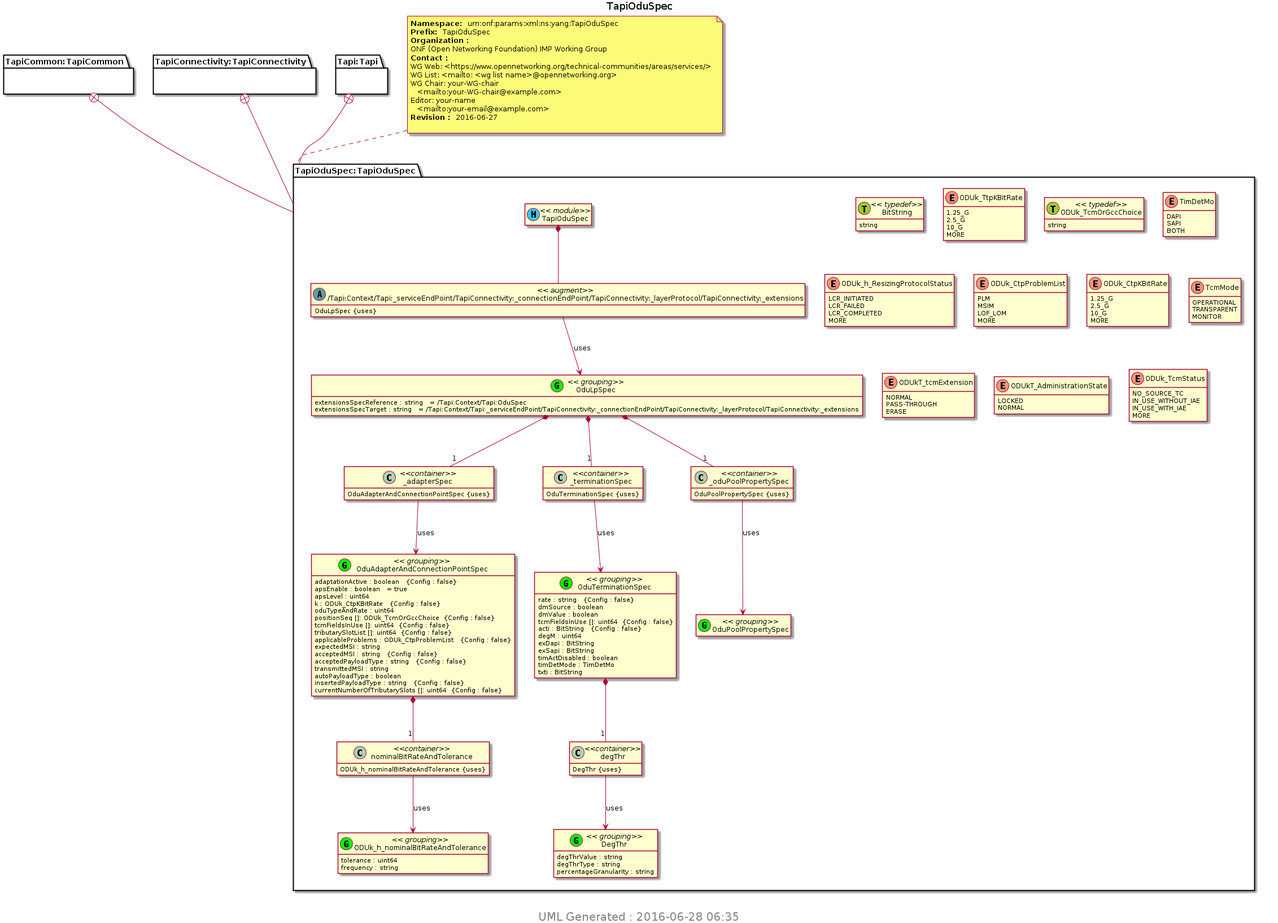
This is YANG/pyang_uml/TapiOduSpec.png from Open-Network-Models-and-Interfaces-ONMI/TAPI, a PlantUML export, as it was before one commit.
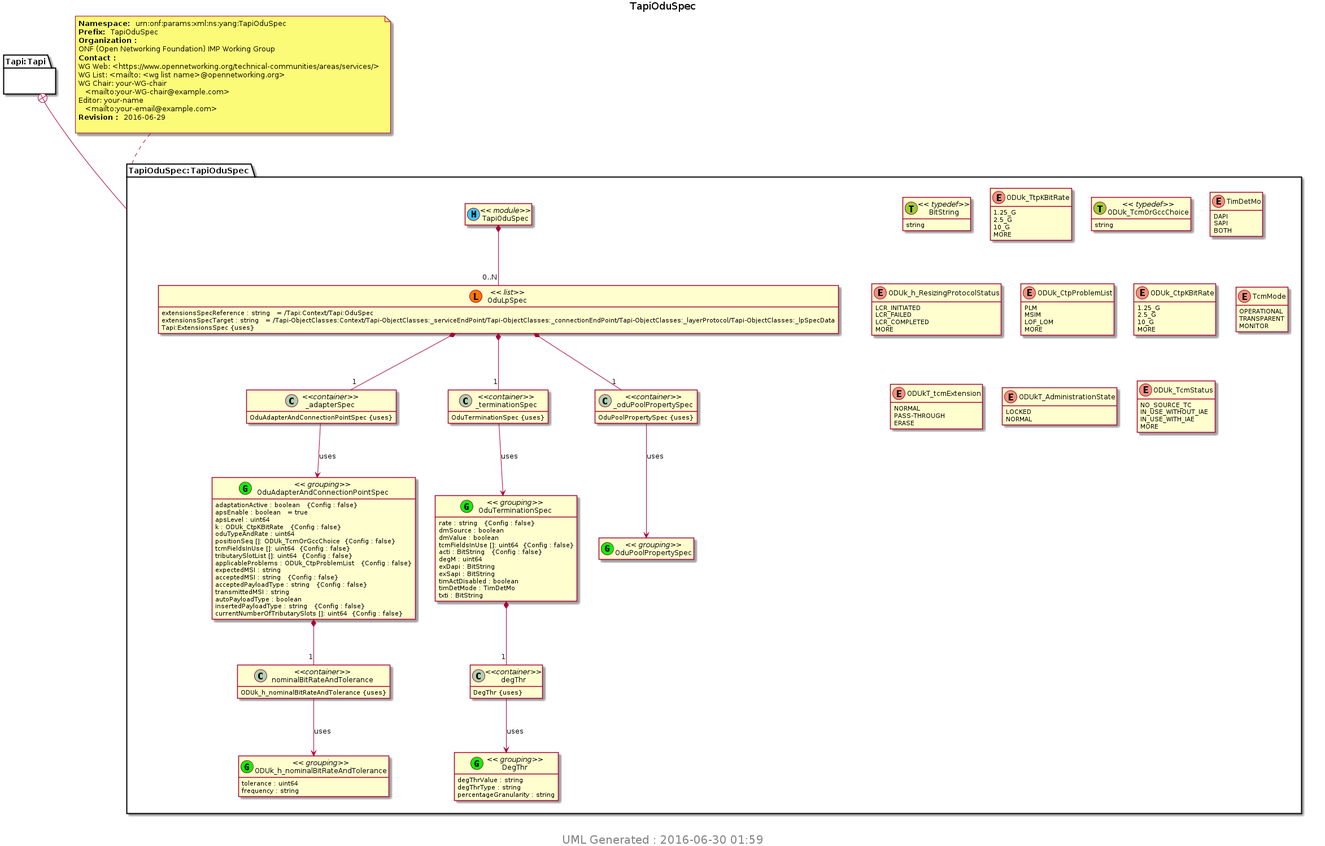
After the change.

Change to the diagram source:
```diff
@@ -8,21 +8,12 @@
 hide <<leafref>> circle
 page 1x1
 Title TapiOduSpec
-package "TapiCommon:TapiCommon" as TapiCommon_TapiCommon {
-}
-package "TapiConnectivity:TapiConnectivity" as TapiConnectivity_TapiConnectivity {
-}
 package "Tapi:Tapi" as Tapi_Tapi {
 }
-note top of TapiOduSpec_TapiOduSpec : <b>Namespace: </b> urn:onf:params:xml:ns:yang:TapiOduSpec \n<b>Prefix: </b> TapiOduSpec \n<b>Organization : </b>\nONF (Open Networking Foundation) IMP Working Group \n<b>Contact : </b>\nWG Web: <https://www.opennetworking.org/technical-communities/areas/services/> \nWG List: <mailto: <wg list name>@opennetworking.org> \nWG Chair: your-WG-chair \n   <mailto:your-WG-chair@example.com> \nEditor: your-name \n   <mailto:your-email@example.com> \n<b>Revision : </b> 2016-06-27 \n
+note top of TapiOduSpec_TapiOduSpec : <b>Namespace: </b> urn:onf:params:xml:ns:yang:TapiOduSpec \n<b>Prefix: </b> TapiOduSpec \n<b>Organization : </b>\nONF (Open Networking Foundation) IMP Working Group \n<b>Contact : </b>\nWG Web: <https://www.opennetworking.org/technical-communities/areas/services/> \nWG List: <mailto: <wg list name>@opennetworking.org> \nWG Chair: your-WG-chair \n   <mailto:your-WG-chair@example.com> \nEditor: your-name \n   <mailto:your-email@example.com> \n<b>Revision : </b> 2016-06-29 \n
 package "TapiOduSpec:TapiOduSpec" as TapiOduSpec_TapiOduSpec {
-TapiCommon_TapiCommon +-- TapiOduSpec_TapiOduSpec
-TapiConnectivity_TapiConnectivity +-- TapiOduSpec_TapiOduSpec
 Tapi_Tapi +-- TapiOduSpec_TapiOduSpec
 class "TapiOduSpec" as TapiOduSpec << (M, #33CCFF) module>>
-class "/Tapi:Context/Tapi:_serviceEndPoint/TapiConnectivity:_connectionEndPoint/TapiConnectivity:_layerProtocol/TapiConnectivity:_extensions" as Tapi_Context_Tapi__serviceEndPoint_TapiConnectivity__connectionEndPoint_TapiConnectivity__layerProtocol_TapiConnectivity__extensions << (A,CadetBlue) augment>>
-TapiOduSpec *--  Tapi_Context_Tapi__serviceEndPoint_TapiConnectivity__connectionEndPoint_TapiConnectivity__layerProtocol_TapiConnectivity__extensions
-Tapi_Context_Tapi__serviceEndPoint_TapiConnectivity__connectionEndPoint_TapiConnectivity__layerProtocol_TapiConnectivity__extensions : OduLpSpec {uses}
 class "OduAdapterAndConnectionPointSpec" as TapiOduSpec_I_OduAdapterAndConnectionPointSpec_grouping <<(G,Lime) grouping>>
 TapiOduSpec_I_OduAdapterAndConnectionPointSpec_grouping : adaptationActive : boolean   {Config : false}
 TapiOduSpec_I_OduAdapterAndConnectionPointSpec_grouping : apsEnable : boolean   = true
@@ -58,18 +49,20 @@
 TapiOduSpec_I_OduTerminationSpec_grouping : timActDisabled : boolean
 TapiOduSpec_I_OduTerminationSpec_grouping : timDetMode : TimDetMo
 TapiOduSpec_I_OduTerminationSpec_grouping : txti : BitString
-class "OduLpSpec" as TapiOduSpec_I_OduLpSpec_grouping <<(G,Lime) grouping>>
+class "OduLpSpec" as TapiOduSpec_I_OduLpSpec << (L, #FF7700) list>>
+TapiOduSpec *-- "0..N" TapiOduSpec_I_OduLpSpec
 class "_adapterSpec" as  TapiOduSpec_I_OduLpSpec_I__adapterSpec <<container>>
-TapiOduSpec_I_OduLpSpec_grouping *-- "1" TapiOduSpec_I_OduLpSpec_I__adapterSpec
+TapiOduSpec_I_OduLpSpec *-- "1" TapiOduSpec_I_OduLpSpec_I__adapterSpec
 TapiOduSpec_I_OduLpSpec_I__adapterSpec : OduAdapterAndConnectionPointSpec {uses}
 class "_terminationSpec" as  TapiOduSpec_I_OduLpSpec_I__terminationSpec <<container>>
-TapiOduSpec_I_OduLpSpec_grouping *-- "1" TapiOduSpec_I_OduLpSpec_I__terminationSpec
+TapiOduSpec_I_OduLpSpec *-- "1" TapiOduSpec_I_OduLpSpec_I__terminationSpec
 TapiOduSpec_I_OduLpSpec_I__terminationSpec : OduTerminationSpec {uses}
 class "_oduPoolPropertySpec" as  TapiOduSpec_I_OduLpSpec_I__oduPoolPropertySpec <<container>>
-TapiOduSpec_I_OduLpSpec_grouping *-- "1" TapiOduSpec_I_OduLpSpec_I__oduPoolPropertySpec
+TapiOduSpec_I_OduLpSpec *-- "1" TapiOduSpec_I_OduLpSpec_I__oduPoolPropertySpec
 TapiOduSpec_I_OduLpSpec_I__oduPoolPropertySpec : OduPoolPropertySpec {uses}
-TapiOduSpec_I_OduLpSpec_grouping : extensionsSpecReference : string   = /Tapi:Context/Tapi:OduSpec
-TapiOduSpec_I_OduLpSpec_grouping : extensionsSpecTarget : string   = /Tapi:Context/Tapi:_serviceEndPoint/TapiConnectivity:_connectionEndPoint/TapiConnectivity:_layerProtocol/TapiConnectivity:_extensions
+TapiOduSpec_I_OduLpSpec : extensionsSpecReference : string   = /Tapi:Context/Tapi:OduSpec
+TapiOduSpec_I_OduLpSpec : extensionsSpecTarget : string   = /Tapi-ObjectClasses:Context/Tapi-ObjectClasses:_serviceEndPoint/Tapi-ObjectClasses:_connectionEndPoint/Tapi-ObjectClasses:_layerProtocol/Tapi-ObjectClasses:_lpSpecData
+TapiOduSpec_I_OduLpSpec : Tapi:ExtensionsSpec {uses}
 class "OduPoolPropertySpec" as TapiOduSpec_I_OduPoolPropertySpec_grouping <<(G,Lime) grouping>>
 class "BitString" as BitString << (T, YellowGreen) typedef>>
 BitString : string
@@ -133,13 +126,12 @@
 }
 }
 
-Tapi_Context_Tapi__serviceEndPoint_TapiConnectivity__connectionEndPoint_TapiConnectivity__layerProtocol_TapiConnectivity__extensions --> TapiOduSpec_I_OduLpSpec_grouping : uses
 TapiOduSpec_I_OduAdapterAndConnectionPointSpec_I_nominalBitRateAndTolerance --> TapiOduSpec_I_ODUk_h_nominalBitRateAndTolerance_grouping : uses
 TapiOduSpec_I_OduTerminationSpec_I_degThr --> TapiOduSpec_I_DegThr_grouping : uses
 TapiOduSpec_I_OduLpSpec_I__adapterSpec --> TapiOduSpec_I_OduAdapterAndConnectionPointSpec_grouping : uses
 TapiOduSpec_I_OduLpSpec_I__terminationSpec --> TapiOduSpec_I_OduTerminationSpec_grouping : uses
 TapiOduSpec_I_OduLpSpec_I__oduPoolPropertySpec --> TapiOduSpec_I_OduPoolPropertySpec_grouping : uses
 center footer
- <size:20> UML Generated : 2016-06-28 06:35 </size>
+ <size:20> UML Generated : 2016-06-30 01:59 </size>
  endfooter
 @enduml
```
